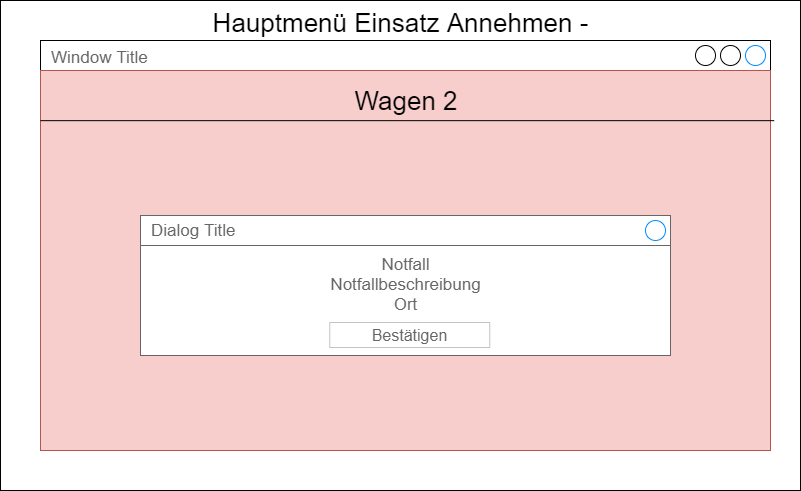
SGSE-2020/Spezifikation keeps this draw.io diagram as docs/patrick_poppe/img/MockupEinsatzAnnehmen.png. Above is the earlier version. Source tidied: cells renumbered, new cells last; positions are measured from the earlier drawing's top-left corner, leaving out a move shared by most shapes. The source it was exported from:
```xml
<mxGraphModel>
  <root>
    <mxCell id="0" />
    <mxCell id="1" parent="0" />
    <mxCell id="2" value="Hauptmenü Einsatz Annehmen - Sanitäter" style="rounded=0;whiteSpace=wrap;html=1;fontSize=26;verticalAlign=top;" parent="1" vertex="1">
      <mxGeometry width="800" height="490" as="geometry" />
    </mxCell>
    <mxCell id="3" value="Window Title" style="strokeWidth=1;shadow=0;dashed=0;align=center;html=1;shape=mxgraph.mockup.containers.window;align=left;verticalAlign=top;spacingLeft=8;strokeColor2=#008cff;strokeColor3=#c4c4c4;fontColor=#666666;mainText=;fontSize=17;labelBackgroundColor=none;" parent="1" vertex="1">
      <mxGeometry x="40" y="40" width="730" height="410" as="geometry" />
    </mxCell>
    <mxCell id="4" style="rounded=0;whiteSpace=wrap;html=1;fillColor=#f8cecc;strokeColor=#b85450;" parent="1" vertex="1">
      <mxGeometry x="40" y="70" width="730" height="380" as="geometry" />
    </mxCell>
    <mxCell id="5" value="Wagen 2" style="text;html=1;strokeColor=none;fillColor=none;align=center;verticalAlign=middle;whiteSpace=wrap;rounded=0;fontSize=26;" parent="1" vertex="1">
      <mxGeometry x="336.5" y="90" width="137" height="20" as="geometry" />
    </mxCell>
    <mxCell id="6" style="endArrow=none;html=1;fontSize=26;exitX=0;exitY=0.132;exitDx=0;exitDy=0;exitPerimeter=0;entryX=1.005;entryY=0.132;entryDx=0;entryDy=0;entryPerimeter=0;" parent="1" edge="1" source="4" target="4">
      <mxGeometry relative="1" as="geometry" />
    </mxCell>
    <mxCell id="7" value="Historie" style="strokeWidth=1;shadow=0;dashed=0;align=center;html=1;shape=mxgraph.mockup.buttons.button;mainText=;buttonStyle=round;fontSize=17;fontStyle=1;whiteSpace=wrap;" parent="1" vertex="1">
      <mxGeometry x="140" y="260" width="180" height="50" as="geometry" />
    </mxCell>
    <mxCell id="8" value="Status ändern" style="strokeWidth=1;shadow=0;dashed=0;align=center;html=1;shape=mxgraph.mockup.buttons.button;mainText=;buttonStyle=round;fontSize=17;fontStyle=1;whiteSpace=wrap;" parent="1" vertex="1">
      <mxGeometry x="480" y="260" width="180" height="50" as="geometry" />
    </mxCell>
    <mxCell id="9" value="Notfall&lt;br&gt;Notfallbeschreibung&lt;br&gt;Ort" style="strokeWidth=1;shadow=0;dashed=0;align=center;html=1;shape=mxgraph.mockup.containers.rrect;rSize=0;strokeColor=#666666;fontColor=#666666;fontSize=17;verticalAlign=top;whiteSpace=wrap;fillColor=#ffffff;spacingTop=32;" parent="1" vertex="1">
      <mxGeometry x="140" y="215" width="530" height="140" as="geometry" />
    </mxCell>
    <mxCell id="10" value="Dialog Title" style="strokeWidth=1;shadow=0;dashed=0;align=center;html=1;shape=mxgraph.mockup.containers.rrect;rSize=0;fontSize=17;fontColor=#666666;strokeColor=#666666;align=left;spacingLeft=8;fillColor=none;" parent="9" vertex="1">
      <mxGeometry width="530" height="30" relative="1" as="geometry" />
    </mxCell>
    <mxCell id="11" style="shape=ellipse;strokeColor=#008cff;fillColor=none;html=1;" parent="10" vertex="1">
      <mxGeometry x="1" y="0.5" width="20" height="20" relative="1" as="geometry">
        <mxPoint x="-25" y="-10" as="offset" />
      </mxGeometry>
    </mxCell>
    <mxCell id="12" value="Bestätigen" style="strokeWidth=1;shadow=0;dashed=0;align=center;html=1;shape=mxgraph.mockup.containers.rrect;rSize=0;fontSize=16;fontColor=#666666;strokeColor=#c4c4c4;whiteSpace=wrap;fillColor=none;" parent="9" vertex="1">
      <mxGeometry x="0.75" y="1" width="160" height="25" relative="1" as="geometry">
        <mxPoint x="-208.2" y="-33" as="offset" />
      </mxGeometry>
    </mxCell>
  </root>
</mxGraphModel>
```
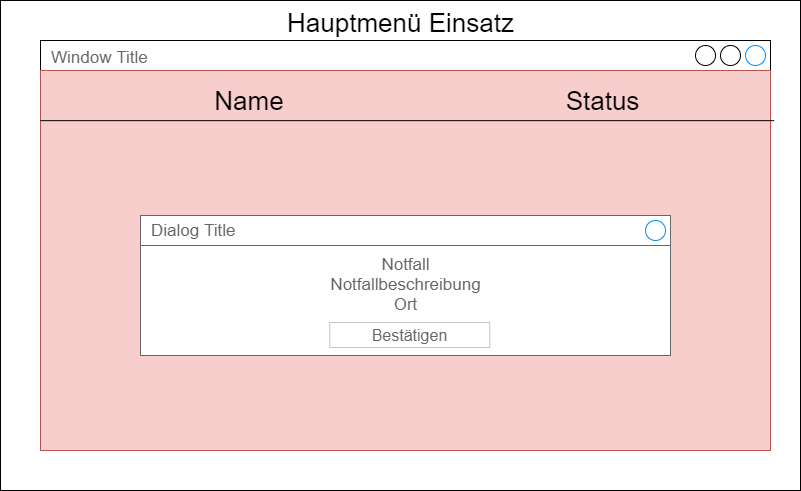
After the commit.

What changed in the source:
```diff
@@ -2,7 +2,7 @@
   <root>
     <mxCell id="0" />
     <mxCell id="1" parent="0" />
-    <mxCell id="2" value="Hauptmenü Einsatz Annehmen - Sanitäter" style="rounded=0;whiteSpace=wrap;html=1;fontSize=26;verticalAlign=top;" parent="1" vertex="1">
+    <mxCell id="2" value="Hauptmenü Einsatz Annehmen" style="rounded=0;whiteSpace=wrap;html=1;fontSize=26;verticalAlign=top;" parent="1" vertex="1">
       <mxGeometry width="800" height="490" as="geometry" />
     </mxCell>
     <mxCell id="3" value="Window Title" style="strokeWidth=1;shadow=0;dashed=0;align=center;html=1;shape=mxgraph.mockup.containers.window;align=left;verticalAlign=top;spacingLeft=8;strokeColor2=#008cff;strokeColor3=#c4c4c4;fontColor=#666666;mainText=;fontSize=17;labelBackgroundColor=none;" parent="1" vertex="1">
@@ -11,8 +11,8 @@
     <mxCell id="4" style="rounded=0;whiteSpace=wrap;html=1;fillColor=#f8cecc;strokeColor=#b85450;" parent="1" vertex="1">
       <mxGeometry x="40" y="70" width="730" height="380" as="geometry" />
     </mxCell>
-    <mxCell id="5" value="Wagen 2" style="text;html=1;strokeColor=none;fillColor=none;align=center;verticalAlign=middle;whiteSpace=wrap;rounded=0;fontSize=26;" parent="1" vertex="1">
-      <mxGeometry x="336.5" y="90" width="137" height="20" as="geometry" />
+    <mxCell id="5" value="Name" style="text;html=1;strokeColor=none;fillColor=none;align=center;verticalAlign=middle;whiteSpace=wrap;rounded=0;fontSize=26;" parent="1" vertex="1">
+      <mxGeometry x="180" y="90" width="137" height="20" as="geometry" />
     </mxCell>
     <mxCell id="6" style="endArrow=none;html=1;fontSize=26;exitX=0;exitY=0.132;exitDx=0;exitDy=0;exitPerimeter=0;entryX=1.005;entryY=0.132;entryDx=0;entryDy=0;entryPerimeter=0;" parent="1" edge="1" source="4" target="4">
       <mxGeometry relative="1" as="geometry" />
@@ -39,5 +39,8 @@
         <mxPoint x="-208.2" y="-33" as="offset" />
       </mxGeometry>
     </mxCell>
+    <mxCell id="13" value="Status" style="text;html=1;strokeColor=none;fillColor=none;align=center;verticalAlign=middle;whiteSpace=wrap;rounded=0;fontSize=26;" parent="1" vertex="1">
+      <mxGeometry x="533" y="90" width="137" height="20" as="geometry" />
+    </mxCell>
   </root>
 </mxGraphModel>
```
